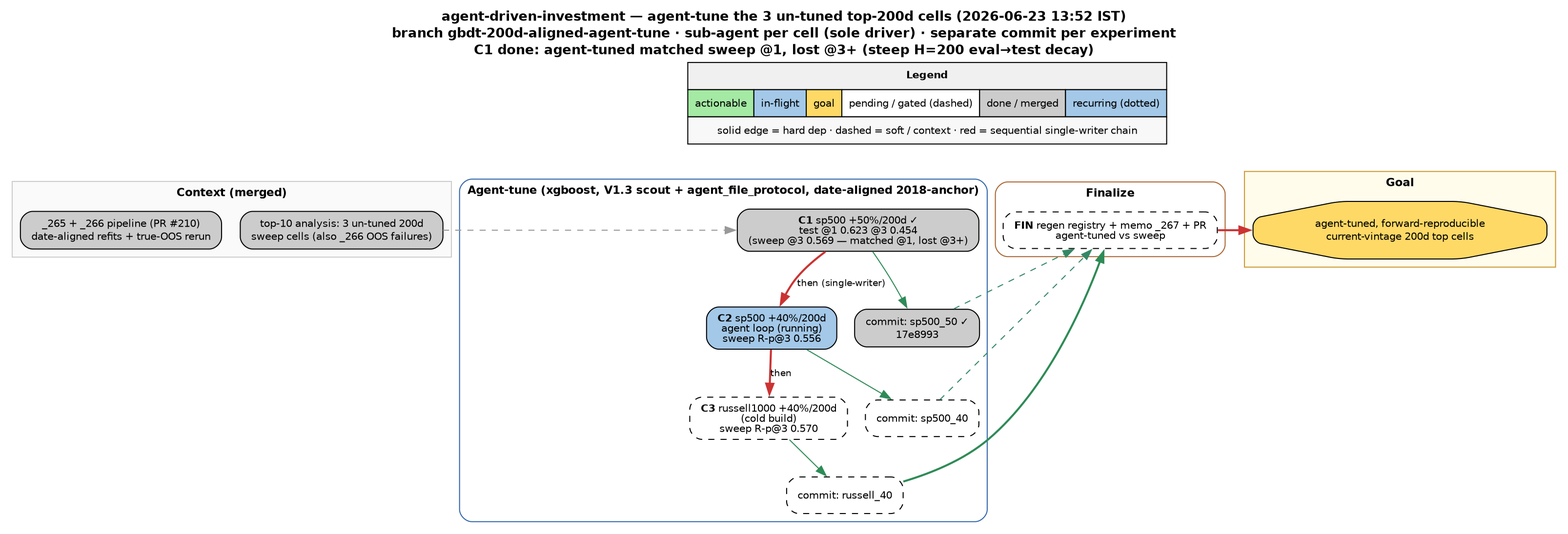
Before: docs/task_dependencies.png, a diagram exported from Graphviz (shayanrc/agent-driven-investment). Its source is kept beside it as docs/task_dependencies.dot.
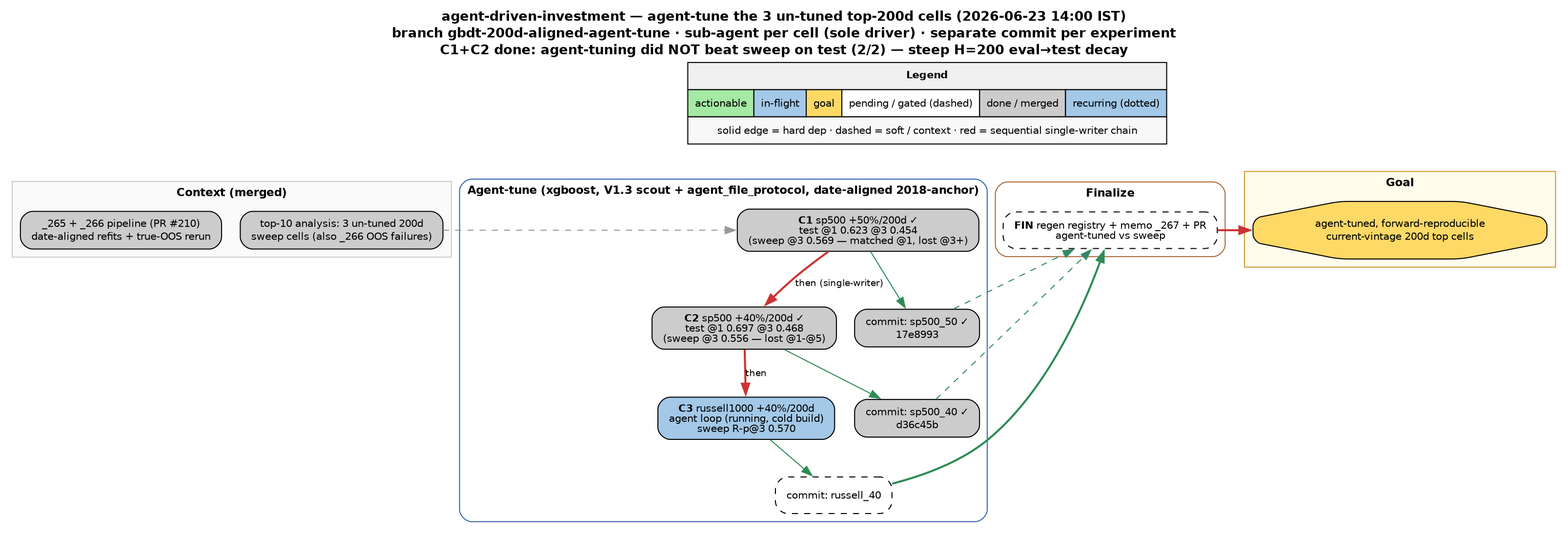
Above is the later version.

Commit message:
chore(graph): C2 done (lost to sweep @1-@5); C3 (russell1000) in-flight

What changed in the source:
```diff
@@ -4,7 +4,7 @@
   bgcolor="white";
   node [fontname="Helvetica", fontsize=10, shape=box, style="rounded,filled", margin="0.15,0.08"];
   edge [fontname="Helvetica", fontsize=9];
-  graph [labelloc="t", label="agent-driven-investment — agent-tune the 3 un-tuned top-200d cells (2026-06-23 13:52 IST)\nbranch gbdt-200d-aligned-agent-tune · sub-agent per cell (sole driver) · separate commit per experiment\nC1 done: agent-tuned matched sweep @1, lost @3+ (steep H=200 eval→test decay)", fontsize=13, fontname="Helvetica-Bold"];
+  graph [labelloc="t", label="agent-driven-investment — agent-tune the 3 un-tuned top-200d cells (2026-06-23 14:00 IST)\nbranch gbdt-200d-aligned-agent-tune · sub-agent per cell (sole driver) · separate commit per experiment\nC1+C2 done: agent-tuning did NOT beat sweep on test (2/2) — steep H=200 eval→test decay", fontsize=13, fontname="Helvetica-Bold"];
 
   {
     rank=source;
@@ -36,10 +36,10 @@
     label = "Agent-tune (xgboost, V1.3 scout + agent_file_protocol, date-aligned 2018-anchor)";
     style = "rounded"; color = "#3366aa"; fontname = "Helvetica-Bold"; fontsize = 11;
     C1 [label=<<B>C1</B> sp500 +50%/200d ✓<BR/>test @1 0.623 @3 0.454<BR/>(sweep @3 0.569 — matched @1, lost @3+)>, fillcolor="#cccccc"];
-    C2 [label=<<B>C2</B> sp500 +40%/200d<BR/>agent loop (running)<BR/>sweep R-p@3 0.556>, fillcolor="#a3c8e8"];
-    C3 [label=<<B>C3</B> russell1000 +40%/200d<BR/>(cold build)<BR/>sweep R-p@3 0.570>, fillcolor="#ffffff", style="rounded,filled,dashed"];
+    C2 [label=<<B>C2</B> sp500 +40%/200d ✓<BR/>test @1 0.697 @3 0.468<BR/>(sweep @3 0.556 — lost @1-@5)>, fillcolor="#cccccc"];
+    C3 [label=<<B>C3</B> russell1000 +40%/200d<BR/>agent loop (running, cold build)<BR/>sweep R-p@3 0.570>, fillcolor="#a3c8e8"];
     K1 [label=<commit: sp500_50 ✓<BR/>17e8993>, fillcolor="#cccccc"];
-    K2 [label=<commit: sp500_40>, fillcolor="#ffffff", style="rounded,filled,dashed"];
+    K2 [label=<commit: sp500_40 ✓<BR/>d36c45b>, fillcolor="#cccccc"];
     K3 [label=<commit: russell_40>, fillcolor="#ffffff", style="rounded,filled,dashed"];
   }
 
```
